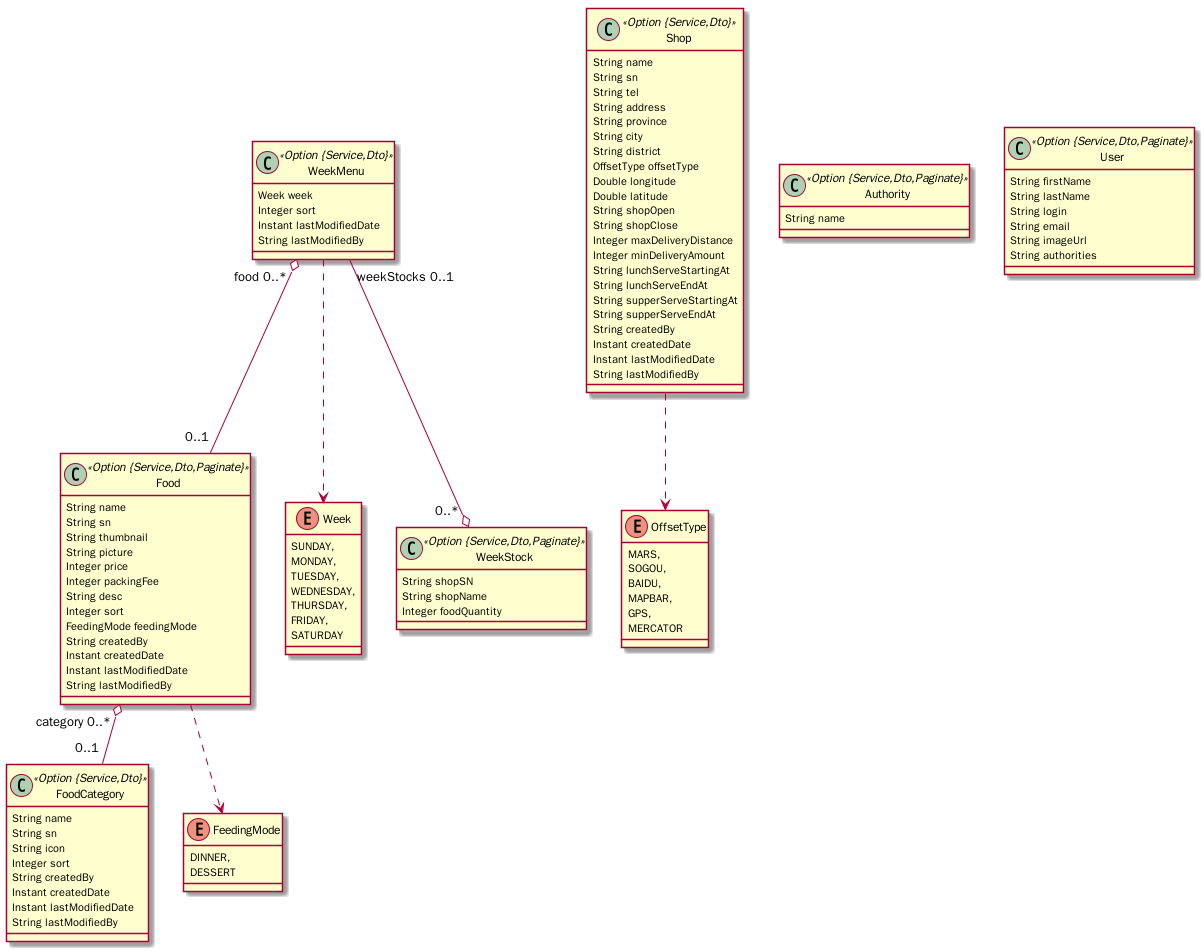
This is jh.png from ghoolooloo/jh, a PlantUML export, as it was before one commit.
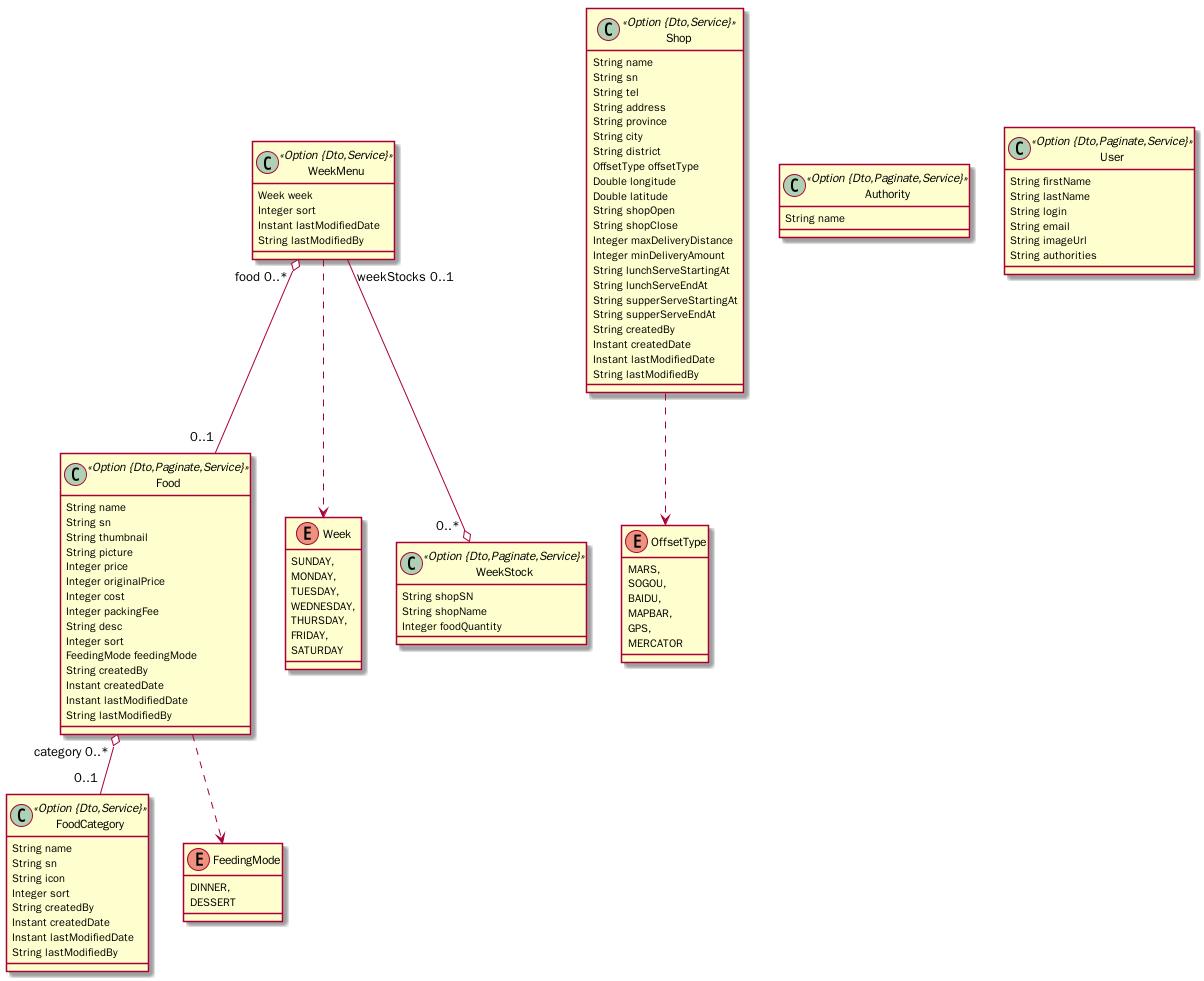
After the commit.

The edit, as a diff of the source:
```diff
@@ -1,6 +1,6 @@
 @startuml
 	!pragma syntax class
-	class FoodCategory <<Option {Service,Dto}>> {
+	class FoodCategory <<Option {Dto,Service}>> {
 		String name
 		String sn
 		String icon
@@ -10,12 +10,14 @@
 		Instant lastModifiedDate
 		String lastModifiedBy
 	}
-	class Food <<Option {Service,Dto,Paginate}>> {
+	class Food <<Option {Dto,Paginate,Service}>> {
 		String name
 		String sn
 		String thumbnail
 		String picture
 		Integer price
+		Integer originalPrice
+		Integer cost
 		Integer packingFee
 		String desc
 		Integer sort
@@ -30,14 +32,14 @@
 		DINNER,
 		DESSERT
 	}
-	class WeekMenu <<Option {Service,Dto}>> {
+	class WeekMenu <<Option {Dto,Service}>> {
 		Week week
 		Integer sort
 		Instant lastModifiedDate
 		String lastModifiedBy
 	}
 	WeekMenu ..> Week
-	class WeekStock <<Option {Service,Dto,Paginate}>> {
+	class WeekStock <<Option {Dto,Paginate,Service}>> {
 		String shopSN
 		String shopName
 		Integer foodQuantity
@@ -51,7 +53,7 @@
 		FRIDAY,
 		SATURDAY
 	}
-	class Shop <<Option {Service,Dto}>> {
+	class Shop <<Option {Dto,Service}>> {
 		String name
 		String sn
 		String tel
@@ -87,10 +89,10 @@
 	Food  "category 0..* " o-- "0..1 "  FoodCategory
 	WeekMenu  "food 0..* " o-- "0..1 "  Food
 	WeekMenu  "weekStocks 0..1 " --o "0..* "  WeekStock
-	class Authority <<Option {Service,Dto,Paginate}>> {
+	class Authority <<Option {Dto,Paginate,Service}>> {
 		String name
 	}
-	class User <<Option {Service,Dto,Paginate}>> {
+	class User <<Option {Dto,Paginate,Service}>> {
 		String firstName
 		String lastName
 		String login
```
